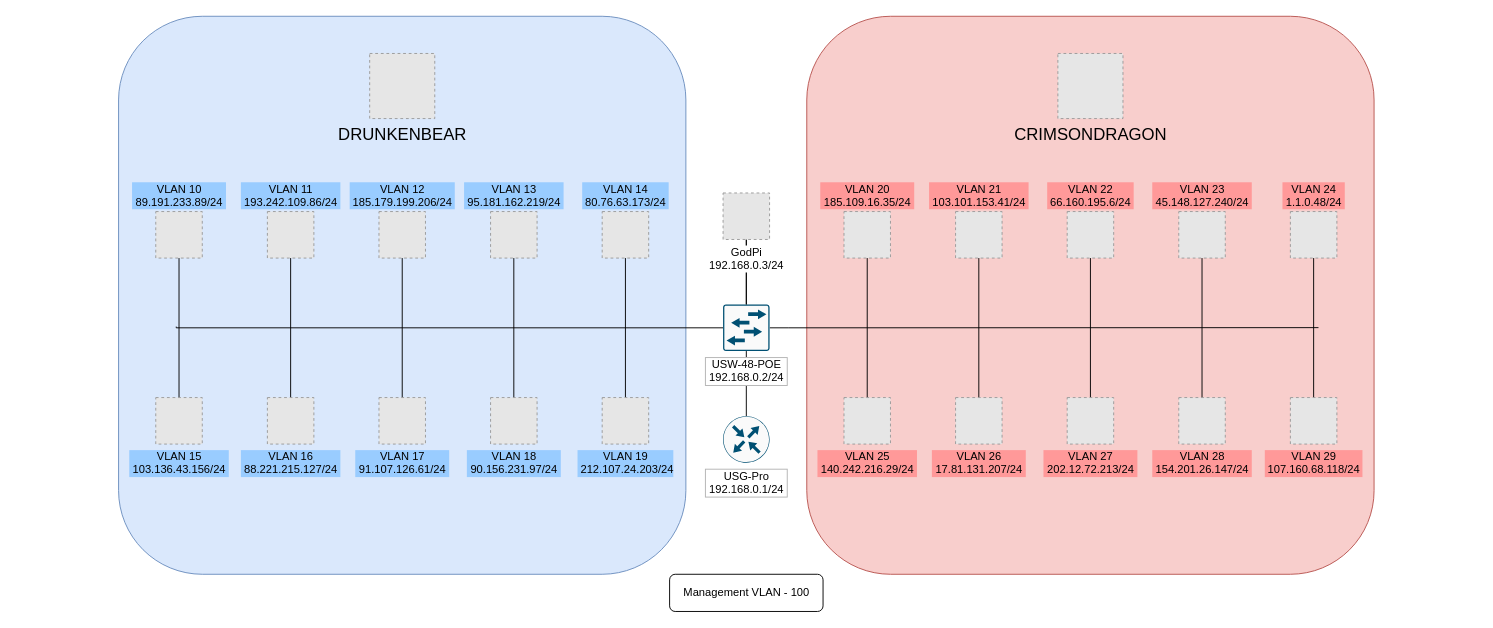
hackerjack3d/tunnelinglab keeps this draw.io diagram as Network Diagram.drawio. Above is the earlier version. Source tidied: cells renumbered, new cells numbered last; positions are measured from the earlier drawing's top-left corner, leaving out a move shared by most shapes. Both pictures are drawn from the tidied source at 93%, with x=0, y=0 at pixel (118, 16). Pictures stored in the file or linked from it are replaced by grey dashed boxes.
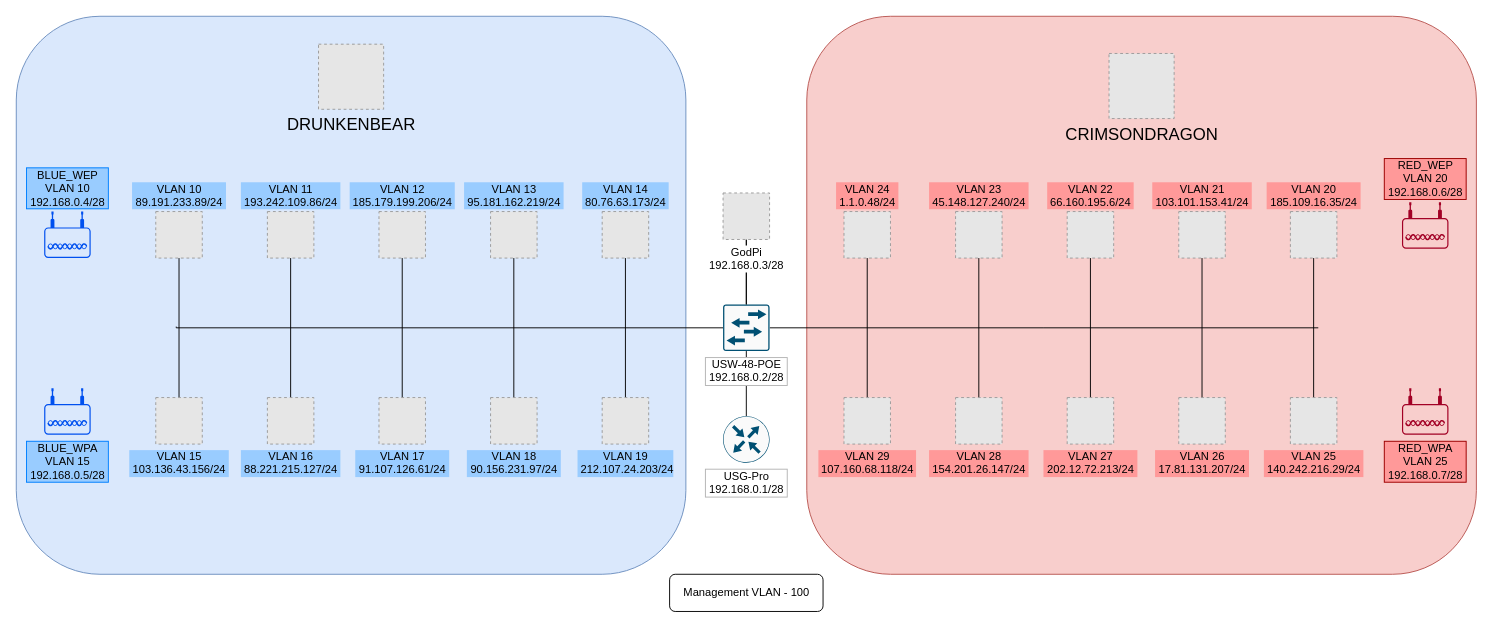
After the change.

The edit, as a diff of the source:
```diff
@@
     <mxCell id="2" style="rounded=1;whiteSpace=wrap;html=1;labelBackgroundColor=#FF9999;fillColor=#f8cecc;strokeColor=#b85450;" parent="1" vertex="1">
-      <mxGeometry x="740" width="610" height="600" as="geometry" />
+      <mxGeometry x="740" width="720" height="600" as="geometry" />
     </mxCell>
     <mxCell id="3" style="rounded=1;whiteSpace=wrap;html=1;labelBackgroundColor=#FF9999;fillColor=#dae8fc;strokeColor=#6c8ebf;" parent="1" vertex="1">
-      <mxGeometry width="610" height="600" as="geometry" />
+      <mxGeometry x="-110" width="720" height="600" as="geometry" />
     </mxCell>
@@
-    <mxCell id="5" style="edgeStyle=orthogonalEdgeStyle;rounded=0;jettySize=auto;html=1;exitX=1;exitY=0.5;exitDx=0;exitDy=0;exitPerimeter=0;endArrow=none;endFill=0;entryX=0.902;entryY=0.558;entryDx=0;entryDy=0;entryPerimeter=0;" parent="1" edge="1" source="41" target="2">
-      <mxGeometry relative="1" as="geometry" />
+    <mxCell id="5" style="edgeStyle=orthogonalEdgeStyle;rounded=0;jettySize=auto;html=1;exitX=1;exitY=0.5;exitDx=0;exitDy=0;exitPerimeter=0;endArrow=none;endFill=0;" parent="1" edge="1" source="41">
+      <mxGeometry relative="1" as="geometry">
+        <mxPoint x="1290" y="335" as="targetPoint" />
+      </mxGeometry>
     </mxCell>
@@
-    <mxCell id="7" value="USG-Pro&lt;br&gt;&amp;nbsp;192.168.0.1/24&amp;nbsp;" style="sketch=0;points=[[0.5,0,0],[1,0.5,0],[0.5,1,0],[0,0.5,0],[0.145,0.145,0],[0.8555,0.145,0],[0.855,0.8555,0],[0.145,0.855,0]];verticalLabelPosition=bottom;html=1;verticalAlign=top;align=center;shape=mxgraph.cisco19.rect;prIcon=router;fillColor=#FAFAFA;strokeColor=#005073;labelBorderColor=#B3B3B3;" parent="1" vertex="1">
+    <mxCell id="7" value="USG-Pro&lt;br&gt;&amp;nbsp;192.168.0.1/28&amp;nbsp;" style="sketch=0;points=[[0.5,0,0],[1,0.5,0],[0.5,1,0],[0,0.5,0],[0.145,0.145,0],[0.8555,0.145,0],[0.855,0.8555,0],[0.145,0.855,0]];verticalLabelPosition=bottom;html=1;verticalAlign=top;align=center;shape=mxgraph.cisco19.rect;prIcon=router;fillColor=#FAFAFA;strokeColor=#005073;labelBorderColor=#B3B3B3;" parent="1" vertex="1">
       <mxGeometry x="650" y="430" width="50" height="50" as="geometry" />
     </mxCell>
     <mxCell id="8" value="DRUNKENBEAR" style="fillColor=#E6E6E6;strokeColor=#999999;dashed=1;html=1;verticalAlign=top;verticalLabelPosition=bottom;labelBackgroundColor=none;fontSize=18;" parent="1" vertex="1">
-      <mxGeometry x="270" y="40" width="70" height="70" as="geometry" />
+      <mxGeometry x="215" y="30" width="70" height="70" as="geometry" />
     </mxCell>
     <mxCell id="9" value="CRIMSONDRAGON" style="fillColor=#E6E6E6;strokeColor=#999999;dashed=1;html=1;verticalAlign=top;verticalLabelPosition=bottom;labelBackgroundColor=none;fontSize=18;" parent="1" vertex="1">
-      <mxGeometry x="1010" y="40" width="70" height="70" as="geometry" />
+      <mxGeometry x="1065" y="40" width="70" height="70" as="geometry" />
     </mxCell>
@@
-    <mxCell id="26" value="VLAN 23&lt;br&gt;&amp;nbsp;45.148.127.240/24&amp;nbsp;" style="fillColor=#E6E6E6;strokeColor=#999999;dashed=1;html=1;verticalAlign=bottom;verticalLabelPosition=top;labelBackgroundColor=#FF9999;spacing=2;labelPosition=center;align=center;" parent="1" vertex="1">
+    <mxCell id="26" value="VLAN 21&lt;br&gt;&amp;nbsp;103.101.153.41/24&amp;nbsp;" style="fillColor=#E6E6E6;strokeColor=#999999;dashed=1;html=1;verticalAlign=bottom;verticalLabelPosition=top;labelBackgroundColor=#FF9999;spacing=2;labelPosition=center;align=center;" parent="1" vertex="1">
       <mxGeometry x="1140" y="210" width="50" height="50" as="geometry" />
     </mxCell>
-    <mxCell id="27" value="VLAN 24&lt;br&gt;&amp;nbsp;1.1.0.48/24&amp;nbsp;" style="fillColor=#E6E6E6;strokeColor=#999999;dashed=1;html=1;verticalAlign=bottom;verticalLabelPosition=top;labelBackgroundColor=#FF9999;spacing=2;labelPosition=center;align=center;" parent="1" vertex="1">
+    <mxCell id="27" value="VLAN 20&lt;br&gt;&amp;nbsp;185.109.16.35/24&amp;nbsp;" style="fillColor=#E6E6E6;strokeColor=#999999;dashed=1;html=1;verticalAlign=bottom;verticalLabelPosition=top;labelBackgroundColor=#FF9999;spacing=2;labelPosition=center;align=center;" parent="1" vertex="1">
       <mxGeometry x="1260" y="210" width="50" height="50" as="geometry" />
     </mxCell>
-    <mxCell id="28" value="VLAN 21&lt;br&gt;&amp;nbsp;103.101.153.41/24&amp;nbsp;" style="fillColor=#E6E6E6;strokeColor=#999999;dashed=1;html=1;verticalAlign=bottom;verticalLabelPosition=top;labelBackgroundColor=#FF9999;spacing=2;labelPosition=center;align=center;" parent="1" vertex="1">
+    <mxCell id="28" value="VLAN 23&lt;br&gt;&amp;nbsp;45.148.127.240/24&amp;nbsp;" style="fillColor=#E6E6E6;strokeColor=#999999;dashed=1;html=1;verticalAlign=bottom;verticalLabelPosition=top;labelBackgroundColor=#FF9999;spacing=2;labelPosition=center;align=center;" parent="1" vertex="1">
       <mxGeometry x="900" y="210" width="50" height="50" as="geometry" />
     </mxCell>
-    <mxCell id="29" value="VLAN 20&lt;br&gt;&amp;nbsp;185.109.16.35/24&amp;nbsp;" style="fillColor=#E6E6E6;strokeColor=#999999;dashed=1;html=1;verticalAlign=bottom;verticalLabelPosition=top;labelBackgroundColor=#FF9999;spacing=2;labelPosition=center;align=center;" parent="1" vertex="1">
+    <mxCell id="29" value="VLAN 24&lt;br&gt;&amp;nbsp;1.1.0.48/24&amp;nbsp;" style="fillColor=#E6E6E6;strokeColor=#999999;dashed=1;html=1;verticalAlign=bottom;verticalLabelPosition=top;labelBackgroundColor=#FF9999;spacing=2;labelPosition=center;align=center;" parent="1" vertex="1">
       <mxGeometry x="780" y="210" width="50" height="50" as="geometry" />
     </mxCell>
@@
-    <mxCell id="33" value="VLAN 28&lt;br&gt;&amp;nbsp;154.201.26.147/24&amp;nbsp;" style="fillColor=#E6E6E6;strokeColor=#999999;dashed=1;html=1;verticalAlign=top;verticalLabelPosition=bottom;labelBackgroundColor=#FF9999;spacing=2;" parent="1" vertex="1">
+    <mxCell id="33" value="VLAN 26&lt;br&gt;&amp;nbsp;17.81.131.207/24&amp;nbsp;" style="fillColor=#E6E6E6;strokeColor=#999999;dashed=1;html=1;verticalAlign=top;verticalLabelPosition=bottom;labelBackgroundColor=#FF9999;spacing=2;" parent="1" vertex="1">
       <mxGeometry x="1140" y="410" width="50" height="50" as="geometry" />
     </mxCell>
@@
-    <mxCell id="35" value="VLAN 29&lt;br&gt;&amp;nbsp;107.160.68.118/24&amp;nbsp;" style="fillColor=#E6E6E6;strokeColor=#999999;dashed=1;html=1;verticalAlign=top;verticalLabelPosition=bottom;labelBackgroundColor=#FF9999;spacing=2;" parent="1" vertex="1">
+    <mxCell id="35" value="VLAN 25&lt;br&gt;&amp;nbsp;140.242.216.29/24&amp;nbsp;" style="fillColor=#E6E6E6;strokeColor=#999999;dashed=1;html=1;verticalAlign=top;verticalLabelPosition=bottom;labelBackgroundColor=#FF9999;spacing=2;" parent="1" vertex="1">
       <mxGeometry x="1260" y="410" width="50" height="50" as="geometry" />
     </mxCell>
@@
-    <mxCell id="37" value="VLAN 26&lt;br&gt;&amp;nbsp;17.81.131.207/24&amp;nbsp;" style="fillColor=#E6E6E6;strokeColor=#999999;dashed=1;html=1;verticalAlign=top;verticalLabelPosition=bottom;labelBackgroundColor=#FF9999;spacing=2;" parent="1" vertex="1">
+    <mxCell id="37" value="VLAN 28&lt;br&gt;&amp;nbsp;154.201.26.147/24&amp;nbsp;" style="fillColor=#E6E6E6;strokeColor=#999999;dashed=1;html=1;verticalAlign=top;verticalLabelPosition=bottom;labelBackgroundColor=#FF9999;spacing=2;" parent="1" vertex="1">
       <mxGeometry x="900" y="410" width="50" height="50" as="geometry" />
     </mxCell>
@@
-    <mxCell id="39" value="VLAN 25&lt;br&gt;&amp;nbsp;140.242.216.29/24&amp;nbsp;" style="fillColor=#E6E6E6;strokeColor=#999999;dashed=1;html=1;verticalAlign=top;verticalLabelPosition=bottom;labelBackgroundColor=#FF9999;spacing=2;" parent="1" vertex="1">
+    <mxCell id="39" value="VLAN 29&lt;br&gt;&amp;nbsp;107.160.68.118/24&amp;nbsp;" style="fillColor=#E6E6E6;strokeColor=#999999;dashed=1;html=1;verticalAlign=top;verticalLabelPosition=bottom;labelBackgroundColor=#FF9999;spacing=2;" parent="1" vertex="1">
       <mxGeometry x="780" y="410" width="50" height="50" as="geometry" />
     </mxCell>
@@
-    <mxCell id="41" value="USW-48-POE&lt;br&gt;&amp;nbsp;192.168.0.2/24&amp;nbsp;" style="sketch=0;points=[[0.015,0.015,0],[0.985,0.015,0],[0.985,0.985,0],[0.015,0.985,0],[0.25,0,0],[0.5,0,0],[0.75,0,0],[1,0.25,0],[1,0.5,0],[1,0.75,0],[0.75,1,0],[0.5,1,0],[0.25,1,0],[0,0.75,0],[0,0.5,0],[0,0.25,0]];verticalLabelPosition=bottom;html=1;verticalAlign=top;align=center;shape=mxgraph.cisco19.rect;prIcon=l2_switch;fillColor=#FAFAFA;strokeColor=#005073;labelBackgroundColor=default;labelBorderColor=#B3B3B3;" parent="1" vertex="1">
+    <mxCell id="41" value="USW-48-POE&lt;br&gt;&amp;nbsp;192.168.0.2/28&amp;nbsp;" style="sketch=0;points=[[0.015,0.015,0],[0.985,0.015,0],[0.985,0.985,0],[0.015,0.985,0],[0.25,0,0],[0.5,0,0],[0.75,0,0],[1,0.25,0],[1,0.5,0],[1,0.75,0],[0.75,1,0],[0.5,1,0],[0.25,1,0],[0,0.75,0],[0,0.5,0],[0,0.25,0]];verticalLabelPosition=bottom;html=1;verticalAlign=top;align=center;shape=mxgraph.cisco19.rect;prIcon=l2_switch;fillColor=#FAFAFA;strokeColor=#005073;labelBackgroundColor=default;labelBorderColor=#B3B3B3;" parent="1" vertex="1">
       <mxGeometry x="650" y="310" width="50" height="50" as="geometry" />
     </mxCell>
@@
-    <mxCell id="43" value="GodPi&lt;br&gt;&amp;nbsp;192.168.0.3/24&amp;nbsp;" style="fillColor=#E6E6E6;strokeColor=#999999;dashed=1;html=1;verticalAlign=top;verticalLabelPosition=bottom;labelBackgroundColor=default;" parent="1" vertex="1">
+    <mxCell id="43" value="GodPi&lt;br&gt;&amp;nbsp;192.168.0.3/28&amp;nbsp;" style="fillColor=#E6E6E6;strokeColor=#999999;dashed=1;html=1;verticalAlign=top;verticalLabelPosition=bottom;labelBackgroundColor=default;" parent="1" vertex="1">
       <mxGeometry x="650" y="190" width="50" height="50" as="geometry" />
     </mxCell>
@@
+    <mxCell id="45" value="BLUE_WEP&lt;br&gt;VLAN 10&lt;br&gt;&amp;nbsp;192.168.0.4/28&amp;nbsp;" style="verticalLabelPosition=top;sketch=0;html=1;verticalAlign=bottom;align=center;shape=mxgraph.cisco19.wireless_access_point;labelPosition=center;labelBackgroundColor=#99CCFF;labelBorderColor=#007FFF;fillColor=#0050ef;strokeColor=#001DBC;fontColor=#000000;" parent="1" vertex="1">
+      <mxGeometry x="-80" y="210" width="50" height="50" as="geometry" />
+    </mxCell>
+    <mxCell id="46" value="BLUE_WPA&lt;br&gt;VLAN 15&lt;br&gt;&amp;nbsp;192.168.0.5/28&amp;nbsp;" style="verticalLabelPosition=bottom;sketch=0;html=1;verticalAlign=top;align=center;shape=mxgraph.cisco19.wireless_access_point;fillColor=#0050ef;strokeColor=#001DBC;labelBackgroundColor=#99CCFF;labelBorderColor=#007FFF;fontColor=#000000;" parent="1" vertex="1">
+      <mxGeometry x="-80" y="400" width="50" height="50" as="geometry" />
+    </mxCell>
+    <mxCell id="47" value="RED_WEP&lt;br&gt;VLAN 20&lt;br&gt;&amp;nbsp;192.168.0.6/28&amp;nbsp;" style="verticalLabelPosition=top;sketch=0;html=1;verticalAlign=bottom;align=center;shape=mxgraph.cisco19.wireless_access_point;fillColor=#a20025;strokeColor=#6F0000;fontColor=#000000;labelPosition=center;labelBackgroundColor=#FF9999;labelBorderColor=#990000;" parent="1" vertex="1">
+      <mxGeometry x="1380" y="200" width="50" height="50" as="geometry" />
+    </mxCell>
+    <mxCell id="48" value="RED_WPA&lt;br&gt;VLAN 25&lt;br&gt;&amp;nbsp;192.168.0.7/28&amp;nbsp;" style="verticalLabelPosition=bottom;sketch=0;html=1;verticalAlign=top;align=center;shape=mxgraph.cisco19.wireless_access_point;fillColor=#a20025;strokeColor=#6F0000;fontColor=#000000;labelBackgroundColor=#FF9999;labelBorderColor=#990000;" parent="1" vertex="1">
+      <mxGeometry x="1380" y="400" width="50" height="50" as="geometry" />
+    </mxCell>
```
